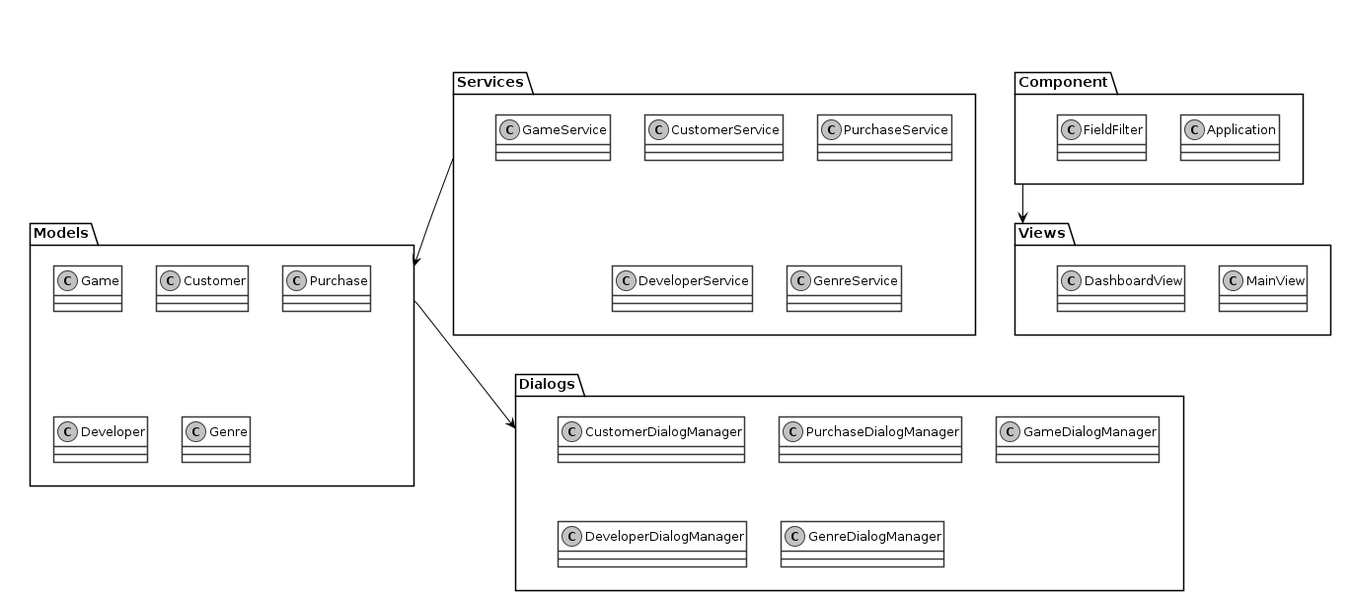
Before: module_structure.png, a diagram exported from PlantUML (nastolbov/java). Its source is kept beside it as module_structure.puml.
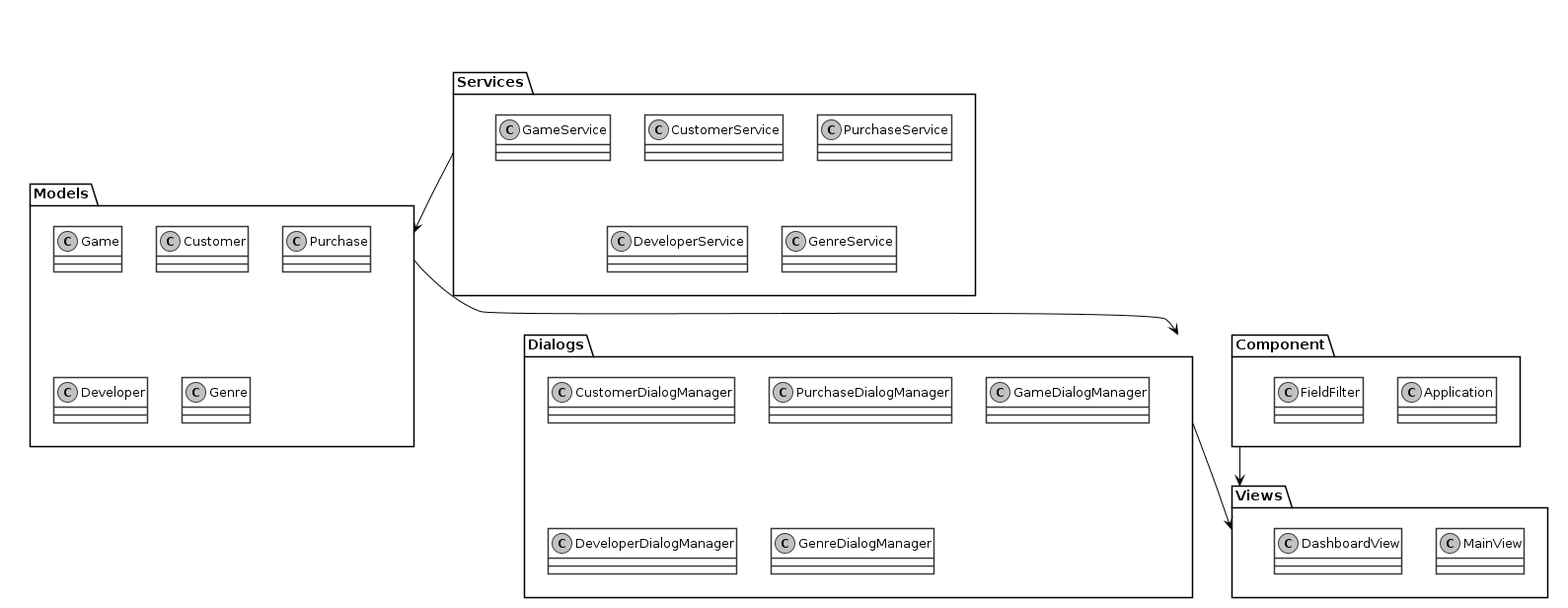
Later version of the same file.

Commit message:
Add Dialogs -> Views arrow in module structure

https://claude.ai/code/session_01HxFi9w1TCfk5sB3VMjfhJ4

Diff of the diagram source:
```diff
@@ -45,6 +45,7 @@
 
 Services --> Models
 Models --> Dialogs
+Dialogs --> Views
 Component --> Views
 
 @enduml
```
